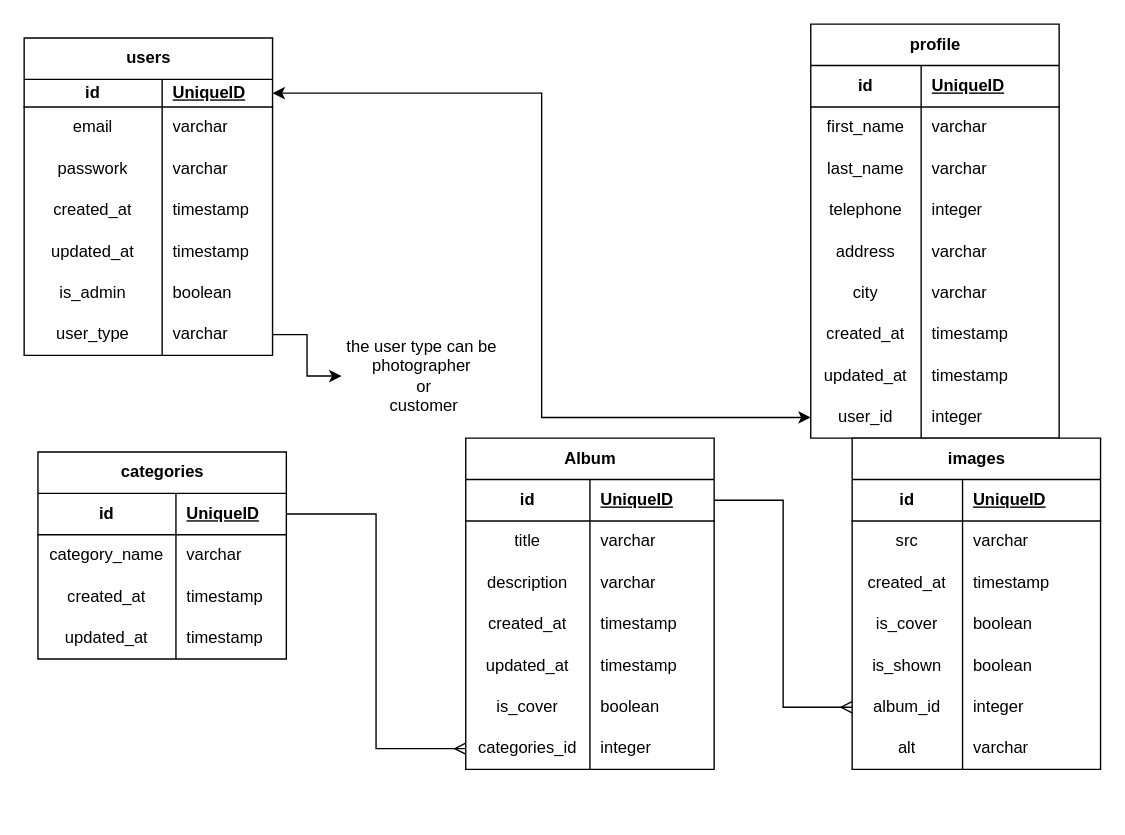
xaosmaker/photosite keeps this draw.io diagram as photosite.drawio. Above is the earlier version. Source tidied: cells renumbered, new cells numbered last; positions are measured from the earlier drawing's top-left corner, leaving out a move shared by most shapes. Both pictures are drawn from the tidied source at 138%, with x=0, y=0 at pixel (23, 23).
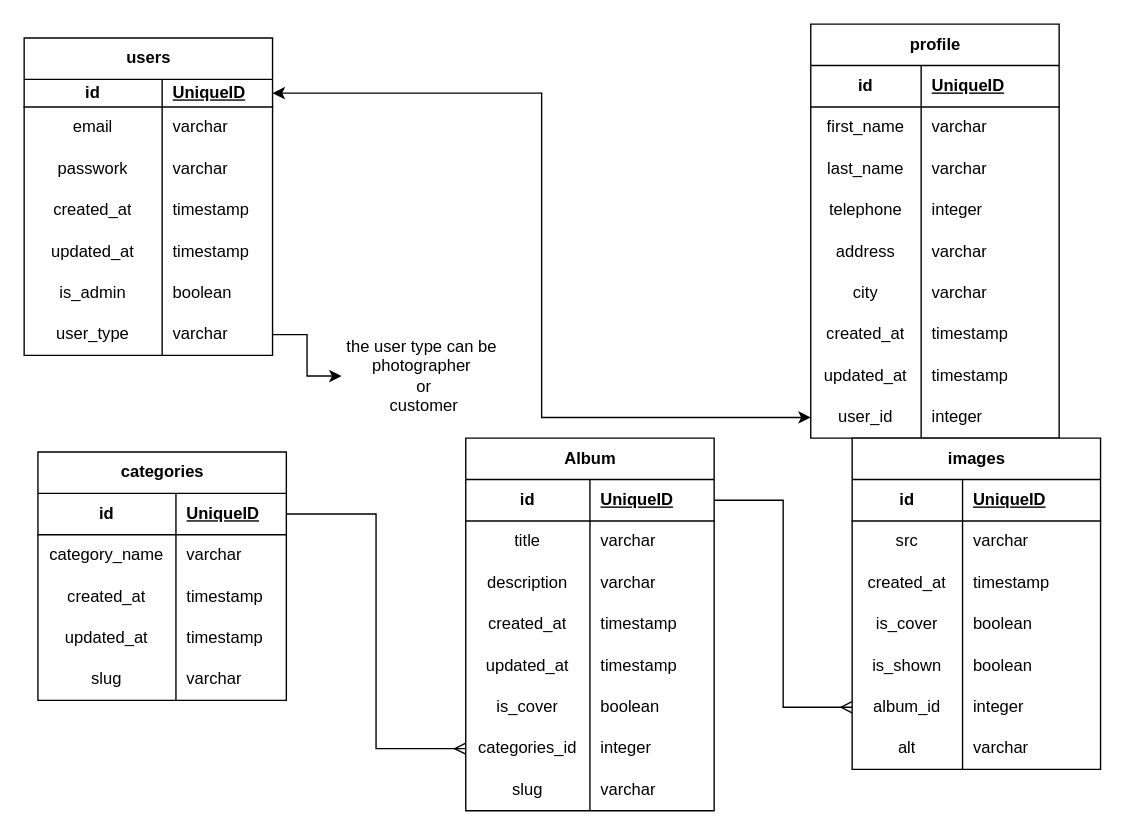
Above is the later version.

The edit, as a diff of the source:
```diff
@@
     <mxCell id="31" value="categories" style="shape=table;startSize=30;childLayout=tableLayout;rowLines=0;fontStyle=1;align=center;html=1;" parent="1" vertex="1">
-      <mxGeometry x="10" y="310" width="180" height="150" as="geometry" />
+      <mxGeometry x="10" y="310" width="180" height="180" as="geometry" />
     </mxCell>
@@
+    <mxCell id="114" style="shape=tableRow;horizontal=0;startSize=0;swimlaneHead=0;swimlaneBody=0;fillColor=none;top=0;left=0;right=0;bottom=0;" parent="31" vertex="1">
+      <mxGeometry y="150" width="180" height="30" as="geometry" />
+    </mxCell>
+    <mxCell id="115" value="slug" style="shape=partialRectangle;fillColor=none;top=0;left=0;bottom=0;right=0;overflow=hidden;whiteSpace=wrap;html=1;" parent="114" vertex="1">
+      <mxGeometry width="100" height="30" as="geometry" />
+    </mxCell>
+    <mxCell id="116" value="varchar" style="shape=partialRectangle;fillColor=none;top=0;left=0;bottom=0;right=0;align=left;spacingLeft=6;overflow=hidden;whiteSpace=wrap;html=1;" parent="114" vertex="1">
+      <mxGeometry x="100" width="80" height="30" as="geometry" />
+    </mxCell>
@@
     <mxCell id="66" value="Album" style="shape=table;startSize=30;childLayout=tableLayout;rowLines=0;fontStyle=1;align=center;html=1;" parent="1" vertex="1">
-      <mxGeometry x="320" y="300" width="180" height="240" as="geometry" />
+      <mxGeometry x="320" y="300" width="180" height="270" as="geometry" />
     </mxCell>
@@
+    <mxCell id="117" style="shape=tableRow;horizontal=0;startSize=0;swimlaneHead=0;swimlaneBody=0;fillColor=none;top=0;left=0;right=0;bottom=0;" parent="66" vertex="1">
+      <mxGeometry y="240" width="180" height="30" as="geometry" />
+    </mxCell>
+    <mxCell id="118" value="slug" style="shape=partialRectangle;fillColor=none;top=0;left=0;bottom=0;right=0;overflow=hidden;whiteSpace=wrap;html=1;" parent="117" vertex="1">
+      <mxGeometry width="90" height="30" as="geometry" />
+    </mxCell>
+    <mxCell id="119" value="varchar" style="shape=partialRectangle;fillColor=none;top=0;left=0;bottom=0;right=0;align=left;spacingLeft=6;overflow=hidden;whiteSpace=wrap;html=1;" parent="117" vertex="1">
+      <mxGeometry x="90" width="90" height="30" as="geometry" />
+    </mxCell>
```
